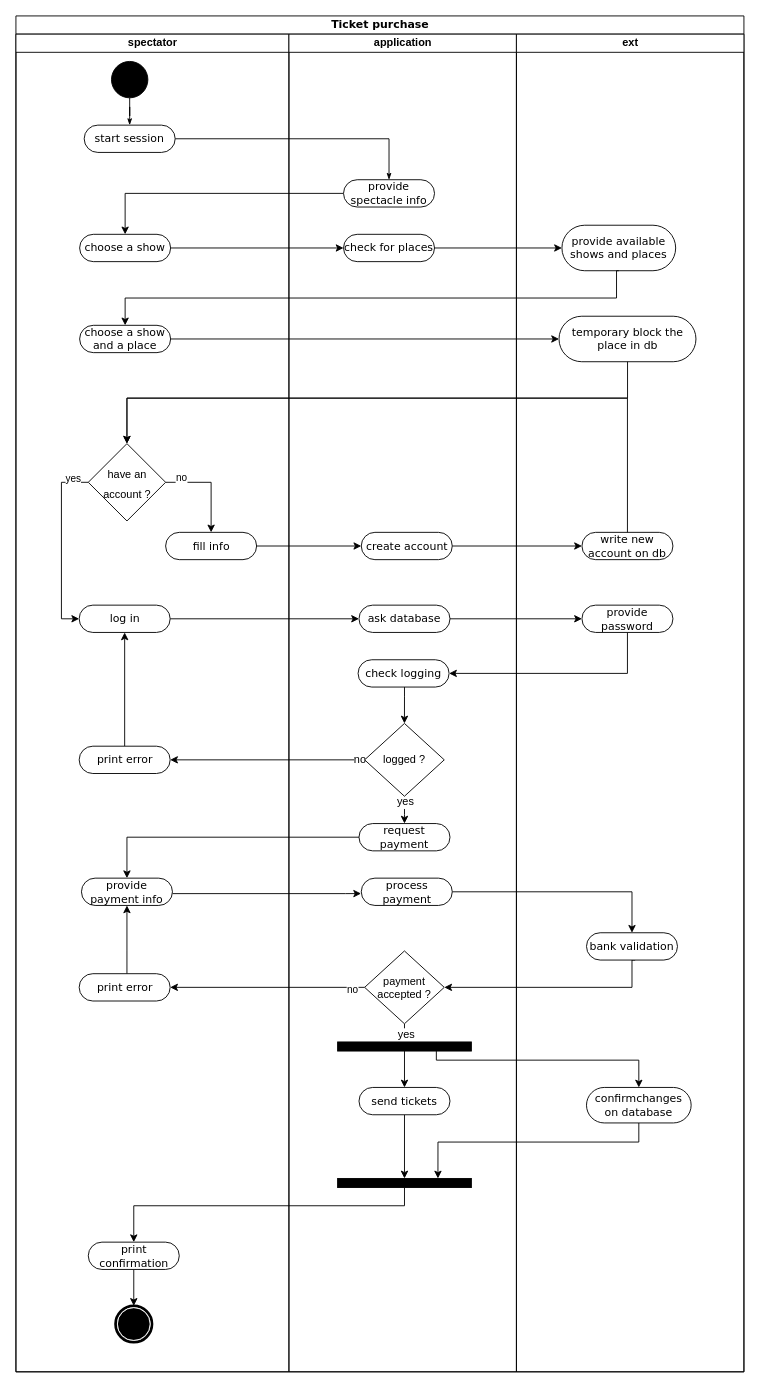
Above: page "activity : purchase ticket" (3 of 8) of analyse/analyse.drawio in baptisteRiviere/SpectacleHallManagement (draw.io), before the change. Source tidied: cells renumbered, new cells numbered last; positions are measured from the earlier drawing's top-left corner, leaving out a move shared by most shapes. Both pictures are drawn from the tidied source at 91%, with x=0, y=0 at pixel (15, 15).
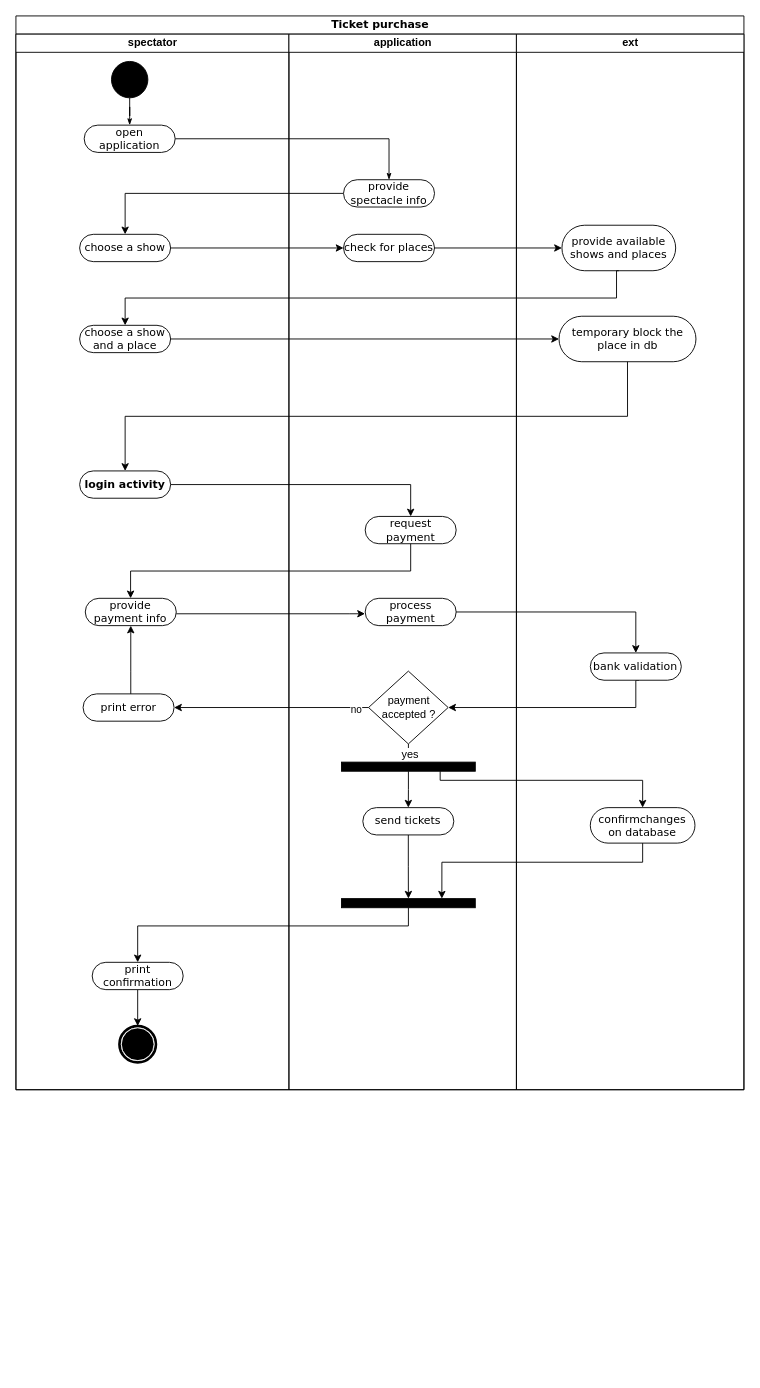
After the change.

Commit message:
Analyse : split activity

Unchanged cells that the change refers to:
```xml
<mxCell id="68" value="temporary block the place in db" style="rounded=1;whiteSpace=wrap;html=1;shadow=0;comic=0;labelBackgroundColor=none;strokeWidth=1;fontFamily=Verdana;fontSize=12;align=center;arcSize=50;" parent="62" vertex="1">
  <mxGeometry x="46.8" y="310" width="150.5" height="50" as="geometry" />
</mxCell>
```

What changed in the source:
```diff
@@
     <mxCell id="2" value="Ticket purchase" style="swimlane;html=1;startSize=20;rounded=0;shadow=0;comic=0;labelBackgroundColor=none;strokeWidth=1;fontFamily=Verdana;fontSize=12;align=center;" parent="1" vertex="1">
-      <mxGeometry width="800" height="1490" as="geometry" />
+      <mxGeometry width="800" height="1180" as="geometry" />
     </mxCell>
@@
-    <mxCell id="5" style="edgeStyle=orthogonalEdgeStyle;rounded=0;jettySize=auto;html=1;entryX=0.5;entryY=0;entryDx=0;entryDy=0;fontSize=12;" parent="2" edge="1" source="49" target="63">
-      <mxGeometry relative="1" as="geometry" />
-    </mxCell>
-    <mxCell id="6" style="edgeStyle=orthogonalEdgeStyle;rounded=0;jettySize=auto;html=1;entryX=0;entryY=0.5;entryDx=0;entryDy=0;fontSize=12;" parent="2" edge="1" source="33" target="44">
-      <mxGeometry relative="1" as="geometry" />
-    </mxCell>
-    <mxCell id="7" style="edgeStyle=orthogonalEdgeStyle;rounded=0;jettySize=auto;html=1;entryX=0.5;entryY=0;entryDx=0;entryDy=0;fontSize=12;" parent="2" edge="1" source="48" target="35">
-      <mxGeometry relative="1" as="geometry">
-        <Array as="points">
-          <mxPoint x="122" y="902.5" />
-        </Array>
-      </mxGeometry>
-    </mxCell>
-    <mxCell id="8" style="edgeStyle=orthogonalEdgeStyle;rounded=0;jettySize=auto;html=1;entryX=-0.002;entryY=0.565;entryDx=0;entryDy=0;fontSize=12;entryPerimeter=0;" parent="2" edge="1" source="35" target="49">
-      <mxGeometry relative="1" as="geometry">
-        <Array as="points">
-          <mxPoint x="362" y="964.5" />
-          <mxPoint x="362" y="964.5" />
-        </Array>
-      </mxGeometry>
-    </mxCell>
-    <mxCell id="9" style="edgeStyle=orthogonalEdgeStyle;rounded=0;jettySize=auto;html=1;entryX=1;entryY=0.5;entryDx=0;entryDy=0;fontSize=12;" parent="2" edge="1" source="47" target="39">
-      <mxGeometry relative="1" as="geometry" />
-    </mxCell>
-    <mxCell id="10" value="no" style="edgeLabel;html=1;align=center;verticalAlign=middle;" parent="9" vertex="1">
-      <mxGeometry x="-0.87" y="2" relative="1" as="geometry" />
-    </mxCell>
-    <mxCell id="11" style="edgeStyle=orthogonalEdgeStyle;rounded=0;jettySize=auto;html=1;entryX=1;entryY=0.5;entryDx=0;entryDy=0;fontSize=12;exitX=0.535;exitY=1;exitDx=0;exitDy=0;exitPerimeter=0;" parent="2" edge="1" source="63" target="47">
-      <mxGeometry relative="1" as="geometry">
-        <Array as="points">
-          <mxPoint x="677" y="1037.5" />
-          <mxPoint x="677" y="1067.5" />
-        </Array>
-      </mxGeometry>
-    </mxCell>
-    <mxCell id="12" style="edgeStyle=orthogonalEdgeStyle;rounded=0;jettySize=auto;html=1;entryX=0;entryY=0.5;entryDx=0;entryDy=0;fontSize=12;" parent="2" edge="1" source="44" target="65">
-      <mxGeometry relative="1" as="geometry" />
-    </mxCell>
-    <mxCell id="13" style="edgeStyle=orthogonalEdgeStyle;rounded=0;jettySize=auto;html=1;entryX=1;entryY=0.5;entryDx=0;entryDy=0;fontSize=12;" parent="2" edge="1" source="55" target="41">
-      <mxGeometry relative="1" as="geometry" />
-    </mxCell>
-    <mxCell id="14" value="no" style="edgeLabel;html=1;align=center;verticalAlign=middle;fontSize=12;" parent="13" vertex="1">
-      <mxGeometry x="-0.94" relative="1" as="geometry" />
-    </mxCell>
-    <mxCell id="15" style="edgeStyle=orthogonalEdgeStyle;rounded=0;jettySize=auto;html=1;entryX=0.5;entryY=0;entryDx=0;entryDy=0;fontSize=12;" parent="2" edge="1" source="57" target="66">
-      <mxGeometry relative="1" as="geometry">
-        <Array as="points">
-          <mxPoint x="462" y="1147.5" />
-          <mxPoint x="685" y="1147.5" />
-        </Array>
-      </mxGeometry>
-    </mxCell>
-    <mxCell id="16" style="edgeStyle=orthogonalEdgeStyle;rounded=0;jettySize=auto;html=1;entryX=0.75;entryY=0;entryDx=0;entryDy=0;fontSize=12;" parent="2" edge="1" source="66" target="58">
-      <mxGeometry relative="1" as="geometry">
-        <Array as="points">
-          <mxPoint x="685" y="1237.5" />
-          <mxPoint x="464" y="1237.5" />
-        </Array>
-      </mxGeometry>
-    </mxCell>
-    <mxCell id="17" style="edgeStyle=orthogonalEdgeStyle;rounded=0;jettySize=auto;html=1;entryX=0.5;entryY=0;entryDx=0;entryDy=0;fontSize=12;" parent="2" edge="1" source="58" target="37">
-      <mxGeometry relative="1" as="geometry">
-        <Array as="points">
-          <mxPoint x="427" y="1307.5" />
-          <mxPoint x="129" y="1307.5" />
-        </Array>
-      </mxGeometry>
-    </mxCell>
-    <mxCell id="18" style="edgeStyle=orthogonalEdgeStyle;rounded=0;jettySize=auto;html=1;entryX=1;entryY=0.5;entryDx=0;entryDy=0;fontSize=12;" parent="2" edge="1" source="65" target="60">
-      <mxGeometry relative="1" as="geometry">
-        <Array as="points">
-          <mxPoint x="672" y="722.5" />
-        </Array>
-      </mxGeometry>
-    </mxCell>
-    <mxCell id="19" style="edgeStyle=orthogonalEdgeStyle;rounded=0;jettySize=auto;html=1;entryX=0;entryY=0.5;entryDx=0;entryDy=0;fontSize=12;" parent="2" edge="1" source="34" target="61">
-      <mxGeometry relative="1" as="geometry" />
-    </mxCell>
-    <mxCell id="20" style="edgeStyle=orthogonalEdgeStyle;rounded=0;jettySize=auto;html=1;entryX=0;entryY=0.5;entryDx=0;entryDy=0;fontSize=12;" parent="2" edge="1" source="61" target="67">
-      <mxGeometry relative="1" as="geometry" />
-    </mxCell>
     <mxCell id="21" value="spectator" style="swimlane;html=1;startSize=20;" parent="2" vertex="1">
-      <mxGeometry y="20" width="300" height="1470" as="geometry" />
+      <mxGeometry y="20" width="300" height="1160" as="geometry" />
     </mxCell>
@@
-    <mxCell id="23" value="start session" style="rounded=1;whiteSpace=wrap;html=1;shadow=0;comic=0;labelBackgroundColor=none;strokeWidth=1;fontFamily=Verdana;fontSize=12;align=center;arcSize=50;" parent="21" vertex="1">
+    <mxCell id="23" value="open application" style="rounded=1;whiteSpace=wrap;html=1;shadow=0;comic=0;labelBackgroundColor=none;strokeWidth=1;fontFamily=Verdana;fontSize=12;align=center;arcSize=50;" parent="21" vertex="1">
       <mxGeometry x="75" y="100" width="100" height="30" as="geometry" />
     </mxCell>
@@
-    <mxCell id="26" style="edgeStyle=orthogonalEdgeStyle;rounded=0;jettySize=auto;html=1;entryX=0;entryY=0.5;entryDx=0;entryDy=0;fontSize=12;" parent="21" edge="1" source="30" target="33">
-      <mxGeometry relative="1" as="geometry">
-        <Array as="points">
-          <mxPoint x="50" y="492.5" />
-          <mxPoint x="50" y="642.5" />
-        </Array>
-      </mxGeometry>
-    </mxCell>
-    <mxCell id="27" value="yes" style="edgeLabel;html=1;align=center;verticalAlign=middle;" parent="26" vertex="1">
-      <mxGeometry x="-0.3" y="-1" relative="1" as="geometry">
-        <mxPoint x="13" y="-45" as="offset" />
-      </mxGeometry>
-    </mxCell>
-    <mxCell id="28" style="edgeStyle=orthogonalEdgeStyle;rounded=0;jettySize=auto;html=1;entryX=0.5;entryY=0;entryDx=0;entryDy=0;fontSize=12;" parent="21" edge="1" source="30" target="34">
-      <mxGeometry relative="1" as="geometry">
-        <Array as="points">
-          <mxPoint x="215" y="492.5" />
-          <mxPoint x="215" y="547.5" />
-        </Array>
-      </mxGeometry>
-    </mxCell>
-    <mxCell id="29" value="no" style="edgeLabel;html=1;align=center;verticalAlign=middle;" parent="28" vertex="1">
-      <mxGeometry x="-0.29" y="-3" relative="1" as="geometry">
-        <mxPoint x="-20" y="-8" as="offset" />
-      </mxGeometry>
-    </mxCell>
-    <mxCell id="30" value="&lt;font style=&quot;font-size: 12px;&quot;&gt;have an account ?&lt;br&gt;&lt;/font&gt;" style="rhombus;whiteSpace=wrap;html=1;fontSize=18;fillColor=#FFFFFF;" parent="21" vertex="1">
-      <mxGeometry x="79.5" y="450" width="85" height="85" as="geometry" />
-    </mxCell>
     <mxCell id="31" style="shape=mxgraph.bpmn.shape;html=1;verticalLabelPosition=bottom;labelBackgroundColor=#ffffff;verticalAlign=top;perimeter=ellipsePerimeter;outline=end;symbol=terminate;rounded=0;shadow=0;comic=0;strokeWidth=1;fontFamily=Verdana;fontSize=12;align=center;" parent="21" vertex="1">
-      <mxGeometry x="109.5" y="1397.5" width="40" height="40" as="geometry" />
+      <mxGeometry x="113.8" y="1090" width="40" height="40" as="geometry" />
     </mxCell>
@@
-    <mxCell id="33" value="log in" style="rounded=1;whiteSpace=wrap;html=1;shadow=0;comic=0;labelBackgroundColor=none;strokeWidth=1;fontFamily=Verdana;fontSize=12;align=center;arcSize=50;" parent="21" vertex="1">
-      <mxGeometry x="69.5" y="627.5" width="100" height="30" as="geometry" />
-    </mxCell>
-    <mxCell id="34" value="fill info" style="rounded=1;whiteSpace=wrap;html=1;shadow=0;comic=0;labelBackgroundColor=none;strokeWidth=1;fontFamily=Verdana;fontSize=12;align=center;arcSize=50;" parent="21" vertex="1">
-      <mxGeometry x="164.5" y="547.5" width="100" height="30" as="geometry" />
-    </mxCell>
     <mxCell id="35" value="provide payment info" style="rounded=1;whiteSpace=wrap;html=1;shadow=0;comic=0;labelBackgroundColor=none;strokeWidth=1;fontFamily=Verdana;fontSize=12;align=center;arcSize=50;" parent="21" vertex="1">
-      <mxGeometry x="72" y="927.5" width="100" height="30" as="geometry" />
+      <mxGeometry x="76.2" y="620" width="100" height="30" as="geometry" />
     </mxCell>
@@
     <mxCell id="37" value="print confirmation" style="rounded=1;whiteSpace=wrap;html=1;shadow=0;comic=0;labelBackgroundColor=none;strokeWidth=1;fontFamily=Verdana;fontSize=12;align=center;arcSize=50;" parent="21" vertex="1">
-      <mxGeometry x="79.5" y="1327.5" width="100" height="30" as="geometry" />
+      <mxGeometry x="83.8" y="1020" width="100" height="30" as="geometry" />
     </mxCell>
     <mxCell id="38" style="edgeStyle=orthogonalEdgeStyle;rounded=0;jettySize=auto;html=1;entryX=0.5;entryY=1;entryDx=0;entryDy=0;fontSize=12;" parent="21" edge="1" source="39" target="35">
       <mxGeometry relative="1" as="geometry">
         <Array as="points">
-          <mxPoint x="122" y="1007.5" />
-          <mxPoint x="122" y="1007.5" />
+          <mxPoint x="126.2" y="700" />
+          <mxPoint x="126.2" y="700" />
         </Array>
       </mxGeometry>
     </mxCell>
     <mxCell id="39" value="print error" style="rounded=1;whiteSpace=wrap;html=1;shadow=0;comic=0;labelBackgroundColor=none;strokeWidth=1;fontFamily=Verdana;fontSize=12;align=center;arcSize=50;" parent="21" vertex="1">
-      <mxGeometry x="69.5" y="1032.5" width="100" height="30" as="geometry" />
+      <mxGeometry x="73.8" y="725" width="100" height="30" as="geometry" />
     </mxCell>
-    <mxCell id="40" style="edgeStyle=orthogonalEdgeStyle;rounded=0;jettySize=auto;html=1;entryX=0.5;entryY=1;entryDx=0;entryDy=0;fontSize=12;" parent="21" edge="1" source="41" target="33">
-      <mxGeometry relative="1" as="geometry" />
-    </mxCell>
-    <mxCell id="41" value="print error" style="rounded=1;whiteSpace=wrap;html=1;shadow=0;comic=0;labelBackgroundColor=none;strokeWidth=1;fontFamily=Verdana;fontSize=12;align=center;arcSize=50;" parent="21" vertex="1">
-      <mxGeometry x="69.5" y="782.5" width="100" height="30" as="geometry" />
-    </mxCell>
+    <mxCell id="75" value="login activity" style="rounded=1;whiteSpace=wrap;html=1;shadow=0;comic=0;labelBackgroundColor=none;strokeWidth=1;fontFamily=Verdana;fontSize=12;align=center;arcSize=50;fontStyle=1;" parent="21" vertex="1">
+      <mxGeometry x="70" y="480" width="100" height="30" as="geometry" />
+    </mxCell>
     <mxCell id="42" value="application" style="swimlane;html=1;startSize=20;" parent="2" vertex="1">
-      <mxGeometry x="300" y="20" width="250" height="1470" as="geometry" />
+      <mxGeometry x="300" y="20" width="250" height="1160" as="geometry" />
     </mxCell>
@@
-    <mxCell id="44" value="ask database" style="rounded=1;whiteSpace=wrap;html=1;shadow=0;comic=0;labelBackgroundColor=none;strokeWidth=1;fontFamily=Verdana;fontSize=12;align=center;arcSize=50;" parent="42" vertex="1">
-      <mxGeometry x="77" y="627.5" width="100" height="30" as="geometry" />
-    </mxCell>
@@
     <mxCell id="47" value="&lt;div&gt;payment &lt;br&gt;&lt;/div&gt;&lt;div&gt;accepted ?&lt;br&gt;&lt;/div&gt;" style="rhombus;whiteSpace=wrap;html=1;fontSize=12;fillColor=#FFFFFF;" parent="42" vertex="1">
-      <mxGeometry x="83.2" y="1007.5" width="87.5" height="80" as="geometry" />
+      <mxGeometry x="87.5" y="700" width="87.5" height="80" as="geometry" />
     </mxCell>
     <mxCell id="48" value="request payment" style="rounded=1;whiteSpace=wrap;html=1;shadow=0;comic=0;labelBackgroundColor=none;strokeWidth=1;fontFamily=Verdana;fontSize=12;align=center;arcSize=50;" parent="42" vertex="1">
-      <mxGeometry x="77" y="867.5" width="100" height="30" as="geometry" />
+      <mxGeometry x="83.8" y="530" width="100" height="30" as="geometry" />
     </mxCell>
     <mxCell id="49" value="process payment" style="rounded=1;whiteSpace=wrap;html=1;shadow=0;comic=0;labelBackgroundColor=none;strokeWidth=1;fontFamily=Verdana;fontSize=12;align=center;arcSize=50;" parent="42" vertex="1">
-      <mxGeometry x="79.5" y="927.5" width="100" height="30" as="geometry" />
+      <mxGeometry x="83.8" y="620" width="100" height="30" as="geometry" />
     </mxCell>
@@
     <mxCell id="52" value="send tickets" style="rounded=1;whiteSpace=wrap;html=1;shadow=0;comic=0;labelBackgroundColor=none;strokeWidth=1;fontFamily=Verdana;fontSize=12;align=center;arcSize=50;" parent="42" vertex="1">
-      <mxGeometry x="77" y="1157.5" width="100" height="30" as="geometry" />
+      <mxGeometry x="81.2" y="850" width="100" height="30" as="geometry" />
     </mxCell>
-    <mxCell id="53" style="edgeStyle=orthogonalEdgeStyle;rounded=0;jettySize=auto;html=1;entryX=0.5;entryY=0;entryDx=0;entryDy=0;fontSize=12;" parent="42" edge="1" source="55" target="48">
-      <mxGeometry relative="1" as="geometry" />
-    </mxCell>
-    <mxCell id="54" value="yes" style="edgeLabel;html=1;align=center;verticalAlign=middle;fontSize=12;" parent="53" vertex="1">
-      <mxGeometry x="-0.67" relative="1" as="geometry">
-        <mxPoint y="1" as="offset" />
-      </mxGeometry>
-    </mxCell>
-    <mxCell id="55" value="logged ?" style="rhombus;whiteSpace=wrap;html=1;fontSize=12;fillColor=#FFFFFF;" parent="42" vertex="1">
-      <mxGeometry x="83.2" y="757.5" width="87.5" height="80" as="geometry" />
-    </mxCell>
@@
     <mxCell id="57" style="whiteSpace=wrap;html=1;rounded=0;shadow=0;comic=0;labelBackgroundColor=none;strokeWidth=1;fillColor=#000000;fontFamily=Verdana;fontSize=12;align=center;rotation=0;" parent="42" vertex="1">
-      <mxGeometry x="53.5" y="1107.5" width="147" height="10" as="geometry" />
+      <mxGeometry x="57.8" y="800" width="147" height="10" as="geometry" />
     </mxCell>
     <mxCell id="58" style="whiteSpace=wrap;html=1;rounded=0;shadow=0;comic=0;labelBackgroundColor=none;strokeWidth=1;fillColor=#000000;fontFamily=Verdana;fontSize=12;align=center;rotation=0;" parent="42" vertex="1">
-      <mxGeometry x="53.5" y="1257.5" width="147" height="10" as="geometry" />
+      <mxGeometry x="57.8" y="950" width="147" height="10" as="geometry" />
     </mxCell>
-    <mxCell id="59" style="edgeStyle=orthogonalEdgeStyle;rounded=0;jettySize=auto;html=1;entryX=0.5;entryY=0;entryDx=0;entryDy=0;fontSize=12;" parent="42" edge="1" source="60" target="55">
-      <mxGeometry relative="1" as="geometry">
-        <Array as="points">
-          <mxPoint x="127" y="727.5" />
-          <mxPoint x="127" y="727.5" />
-        </Array>
-      </mxGeometry>
-    </mxCell>
-    <mxCell id="60" value="check logging" style="rounded=1;whiteSpace=wrap;html=1;shadow=0;comic=0;labelBackgroundColor=none;strokeWidth=1;fontFamily=Verdana;fontSize=12;align=center;arcSize=50;" parent="42" vertex="1">
-      <mxGeometry x="76" y="687.5" width="100" height="30" as="geometry" />
-    </mxCell>
-    <mxCell id="61" value="create account" style="rounded=1;whiteSpace=wrap;html=1;shadow=0;comic=0;labelBackgroundColor=none;strokeWidth=1;fontFamily=Verdana;fontSize=12;align=center;arcSize=50;" parent="42" vertex="1">
-      <mxGeometry x="79.5" y="547.5" width="100" height="30" as="geometry" />
-    </mxCell>
+    <mxCell id="5" style="edgeStyle=orthogonalEdgeStyle;rounded=0;jettySize=auto;html=1;entryX=0.5;entryY=0;entryDx=0;entryDy=0;fontSize=12;" parent="2" edge="1" source="49" target="63">
+      <mxGeometry relative="1" as="geometry" />
+    </mxCell>
+    <mxCell id="8" style="edgeStyle=orthogonalEdgeStyle;rounded=0;jettySize=auto;html=1;entryX=-0.002;entryY=0.565;entryDx=0;entryDy=0;fontSize=12;entryPerimeter=0;" parent="2" edge="1" source="35" target="49">
+      <mxGeometry relative="1" as="geometry">
+        <Array as="points">
+          <mxPoint x="366.2" y="657" />
+          <mxPoint x="366.2" y="657" />
+        </Array>
+      </mxGeometry>
+    </mxCell>
+    <mxCell id="9" style="edgeStyle=orthogonalEdgeStyle;rounded=0;jettySize=auto;html=1;entryX=1;entryY=0.5;entryDx=0;entryDy=0;fontSize=12;" parent="2" edge="1" source="47" target="39">
+      <mxGeometry relative="1" as="geometry" />
+    </mxCell>
+    <mxCell id="10" value="no" style="edgeLabel;html=1;align=center;verticalAlign=middle;" parent="9" vertex="1">
+      <mxGeometry x="-0.87" y="2" relative="1" as="geometry" />
+    </mxCell>
+    <mxCell id="11" style="edgeStyle=orthogonalEdgeStyle;rounded=0;jettySize=auto;html=1;entryX=1;entryY=0.5;entryDx=0;entryDy=0;fontSize=12;exitX=0.535;exitY=1;exitDx=0;exitDy=0;exitPerimeter=0;" parent="2" edge="1" source="63" target="47">
+      <mxGeometry relative="1" as="geometry">
+        <Array as="points">
+          <mxPoint x="681.2" y="730" />
+          <mxPoint x="681.2" y="760" />
+        </Array>
+      </mxGeometry>
+    </mxCell>
+    <mxCell id="15" style="edgeStyle=orthogonalEdgeStyle;rounded=0;jettySize=auto;html=1;entryX=0.5;entryY=0;entryDx=0;entryDy=0;fontSize=12;" parent="2" edge="1" source="57" target="66">
+      <mxGeometry relative="1" as="geometry">
+        <Array as="points">
+          <mxPoint x="466.2" y="840" />
+          <mxPoint x="689.2" y="840" />
+        </Array>
+      </mxGeometry>
+    </mxCell>
+    <mxCell id="16" style="edgeStyle=orthogonalEdgeStyle;rounded=0;jettySize=auto;html=1;entryX=0.75;entryY=0;entryDx=0;entryDy=0;fontSize=12;" parent="2" edge="1" source="66" target="58">
+      <mxGeometry relative="1" as="geometry">
+        <Array as="points">
+          <mxPoint x="689.2" y="930" />
+          <mxPoint x="468.2" y="930" />
+        </Array>
+      </mxGeometry>
+    </mxCell>
+    <mxCell id="17" style="edgeStyle=orthogonalEdgeStyle;rounded=0;jettySize=auto;html=1;entryX=0.5;entryY=0;entryDx=0;entryDy=0;fontSize=12;" parent="2" edge="1" source="58" target="37">
+      <mxGeometry relative="1" as="geometry">
+        <Array as="points">
+          <mxPoint x="431.2" y="1000" />
+          <mxPoint x="133.2" y="1000" />
+        </Array>
+      </mxGeometry>
+    </mxCell>
     <mxCell id="62" value="ext" style="swimlane;html=1;startSize=20;" parent="2" vertex="1">
-      <mxGeometry x="550" y="20" width="250" height="1470" as="geometry" />
+      <mxGeometry x="550" y="20" width="250" height="1160" as="geometry" />
     </mxCell>
     <mxCell id="63" value="bank validation" style="rounded=1;whiteSpace=wrap;html=1;shadow=0;comic=0;labelBackgroundColor=none;strokeWidth=1;fontFamily=Verdana;fontSize=12;align=center;arcSize=50;" parent="62" vertex="1">
-      <mxGeometry x="77" y="987.5" width="100" height="30" as="geometry" />
+      <mxGeometry x="81.2" y="680" width="100" height="30" as="geometry" />
     </mxCell>
@@
-    <mxCell id="65" value="provide password" style="rounded=1;whiteSpace=wrap;html=1;shadow=0;comic=0;labelBackgroundColor=none;strokeWidth=1;fontFamily=Verdana;fontSize=12;align=center;arcSize=50;" parent="62" vertex="1">
-      <mxGeometry x="72" y="627.5" width="100" height="30" as="geometry" />
-    </mxCell>
     <mxCell id="66" value="confirmchanges on database" style="rounded=1;whiteSpace=wrap;html=1;shadow=0;comic=0;labelBackgroundColor=none;strokeWidth=1;fontFamily=Verdana;fontSize=12;align=center;arcSize=50;" parent="62" vertex="1">
-      <mxGeometry x="77" y="1157.5" width="115" height="39" as="geometry" />
+      <mxGeometry x="81.2" y="850" width="115" height="39" as="geometry" />
     </mxCell>
-    <mxCell id="67" value="write new account on db" style="rounded=1;whiteSpace=wrap;html=1;shadow=0;comic=0;labelBackgroundColor=none;strokeWidth=1;fontFamily=Verdana;fontSize=12;align=center;arcSize=50;" parent="62" vertex="1">
-      <mxGeometry x="72" y="547.5" width="100" height="30" as="geometry" />
-    </mxCell>
@@
-    <mxCell id="72" style="edgeStyle=orthogonalEdgeStyle;rounded=0;jettySize=auto;html=1;" parent="2" edge="1" source="67" target="30">
-      <mxGeometry relative="1" as="geometry">
-        <Array as="points">
-          <mxPoint x="672" y="420" />
-          <mxPoint x="122" y="420" />
-        </Array>
-      </mxGeometry>
-    </mxCell>
@@
-    <mxCell id="74" style="edgeStyle=orthogonalEdgeStyle;rounded=0;jettySize=auto;html=1;" parent="2" edge="1" source="68" target="30">
-      <mxGeometry relative="1" as="geometry">
-        <Array as="points">
-          <mxPoint x="672" y="420" />
-          <mxPoint x="122" y="420" />
-        </Array>
-      </mxGeometry>
-    </mxCell>
+    <mxCell id="76" style="edgeStyle=orthogonalEdgeStyle;rounded=0;jettySize=auto;html=1;entryX=0.5;entryY=0;entryDx=0;entryDy=0;exitX=0.5;exitY=1;exitDx=0;exitDy=0;" parent="2" edge="1" source="68" target="75">
+      <mxGeometry relative="1" as="geometry" />
+    </mxCell>
+    <mxCell id="77" style="edgeStyle=orthogonalEdgeStyle;rounded=0;jettySize=auto;html=1;exitX=1;exitY=0.5;exitDx=0;exitDy=0;entryX=0.5;entryY=0;entryDx=0;entryDy=0;" parent="2" edge="1" source="75" target="48">
+      <mxGeometry relative="1" as="geometry">
+        <Array as="points">
+          <mxPoint x="434" y="515" />
+        </Array>
+      </mxGeometry>
+    </mxCell>
+    <mxCell id="7" style="edgeStyle=orthogonalEdgeStyle;rounded=0;jettySize=auto;html=1;" parent="2" edge="1" source="48" target="35">
+      <mxGeometry relative="1" as="geometry">
+        <Array as="points">
+          <mxPoint x="434" y="610" />
+          <mxPoint x="126" y="610" />
+        </Array>
+      </mxGeometry>
+    </mxCell>
```
